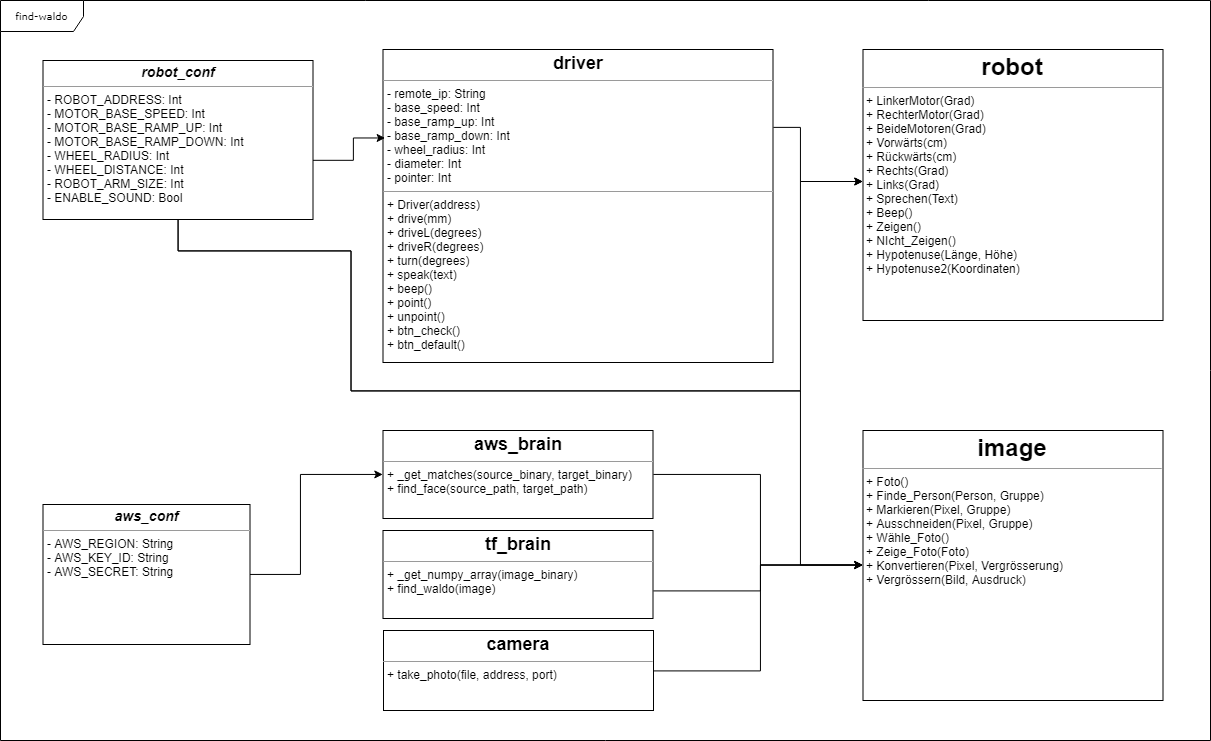
Before: docs/uml.png, a diagram exported from draw.io (clragon/find-waldo). Source tidied: cells renumbered, new cells last; positions are measured from the earlier drawing's top-left corner, leaving out a move shared by most shapes.
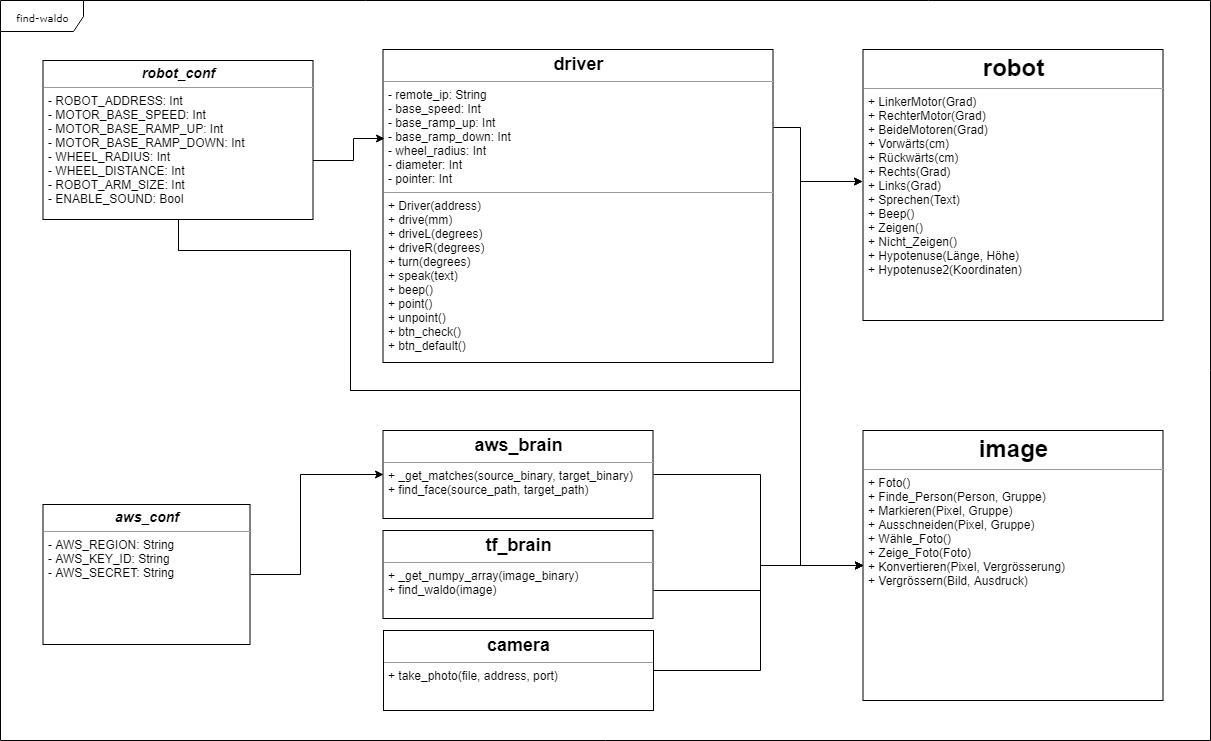
After the commit.

The edit, as a diff of the source:
```diff
@@ -98,7 +98,7 @@
     <mxCell id="17" value="&lt;h3 style=&quot;margin: 0px ; margin-top: 4px ; text-align: center&quot;&gt;&lt;i&gt;robot_conf&lt;/i&gt;&lt;/h3&gt;&lt;hr size=&quot;1&quot;&gt;&lt;p style=&quot;margin: 0px 0px 0px 4px&quot;&gt;- ROBOT_ADDRESS: Int&amp;nbsp;&lt;/p&gt;&lt;p style=&quot;margin: 0px 0px 0px 4px&quot;&gt;- MOTOR_BASE_SPEED: Int&lt;/p&gt;&lt;p style=&quot;margin: 0px 0px 0px 4px&quot;&gt;- MOTOR_BASE_RAMP_UP: Int&lt;/p&gt;&lt;p style=&quot;margin: 0px 0px 0px 4px&quot;&gt;- MOTOR_BASE_RAMP_DOWN: Int&lt;br&gt;&lt;/p&gt;&lt;p style=&quot;margin: 0px 0px 0px 4px&quot;&gt;- WHEEL_RADIUS: Int&lt;/p&gt;&lt;p style=&quot;margin: 0px 0px 0px 4px&quot;&gt;- WHEEL_DISTANCE: Int&lt;/p&gt;&lt;p style=&quot;margin: 0px 0px 0px 4px&quot;&gt;- ROBOT_ARM_SIZE: Int&lt;/p&gt;&lt;p style=&quot;margin: 0px 0px 0px 4px&quot;&gt;- ENABLE_SOUND: Bool&lt;/p&gt;" style="verticalAlign=top;align=left;overflow=fill;fontSize=12;fontFamily=Helvetica;html=1;rounded=0;shadow=0;comic=0;labelBackgroundColor=none;strokeColor=#000000;strokeWidth=1;fillColor=#ffffff;" parent="1" vertex="1">
       <mxGeometry x="42.5" y="60" width="270" height="159" as="geometry" />
     </mxCell>
-    <mxCell id="18" value="&lt;h1 style=&quot;margin: 0px ; margin-top: 4px ; text-align: center&quot;&gt;robot&lt;/h1&gt;&lt;hr size=&quot;1&quot;&gt;&lt;p style=&quot;margin: 0px ; margin-left: 4px&quot;&gt;+ LinkerMotor(Grad)&lt;/p&gt;&lt;p style=&quot;margin: 0px ; margin-left: 4px&quot;&gt;+ RechterMotor(Grad)&lt;/p&gt;&lt;p style=&quot;margin: 0px ; margin-left: 4px&quot;&gt;+ BeideMotoren(Grad)&lt;/p&gt;&lt;p style=&quot;margin: 0px ; margin-left: 4px&quot;&gt;+ Vorwärts(cm)&lt;/p&gt;&lt;p style=&quot;margin: 0px ; margin-left: 4px&quot;&gt;+ Rückwärts(cm)&lt;/p&gt;&lt;p style=&quot;margin: 0px ; margin-left: 4px&quot;&gt;+ Rechts(Grad)&lt;/p&gt;&lt;p style=&quot;margin: 0px ; margin-left: 4px&quot;&gt;+ Links(Grad)&lt;/p&gt;&lt;p style=&quot;margin: 0px ; margin-left: 4px&quot;&gt;+ Sprechen(Text)&lt;/p&gt;&lt;p style=&quot;margin: 0px ; margin-left: 4px&quot;&gt;+ Beep()&lt;/p&gt;&lt;p style=&quot;margin: 0px ; margin-left: 4px&quot;&gt;+ Zeigen()&lt;/p&gt;&lt;p style=&quot;margin: 0px ; margin-left: 4px&quot;&gt;+ NIcht_Zeigen()&lt;/p&gt;&lt;p style=&quot;margin: 0px ; margin-left: 4px&quot;&gt;+ Hypotenuse(Länge, Höhe)&lt;/p&gt;&lt;p style=&quot;margin: 0px ; margin-left: 4px&quot;&gt;+ Hypotenuse2(Koordinaten)&lt;/p&gt;&lt;p style=&quot;margin: 0px ; margin-left: 4px&quot;&gt;&lt;br&gt;&lt;/p&gt;" style="verticalAlign=top;align=left;overflow=fill;fontSize=12;fontFamily=Helvetica;html=1;rounded=0;shadow=0;comic=0;labelBackgroundColor=none;strokeColor=#000000;strokeWidth=1;fillColor=#ffffff;" parent="1" vertex="1">
+    <mxCell id="18" value="&lt;h1 style=&quot;margin: 0px ; margin-top: 4px ; text-align: center&quot;&gt;robot&lt;/h1&gt;&lt;hr size=&quot;1&quot;&gt;&lt;p style=&quot;margin: 0px ; margin-left: 4px&quot;&gt;+ LinkerMotor(Grad)&lt;/p&gt;&lt;p style=&quot;margin: 0px ; margin-left: 4px&quot;&gt;+ RechterMotor(Grad)&lt;/p&gt;&lt;p style=&quot;margin: 0px ; margin-left: 4px&quot;&gt;+ BeideMotoren(Grad)&lt;/p&gt;&lt;p style=&quot;margin: 0px ; margin-left: 4px&quot;&gt;+ Vorwärts(cm)&lt;/p&gt;&lt;p style=&quot;margin: 0px ; margin-left: 4px&quot;&gt;+ Rückwärts(cm)&lt;/p&gt;&lt;p style=&quot;margin: 0px ; margin-left: 4px&quot;&gt;+ Rechts(Grad)&lt;/p&gt;&lt;p style=&quot;margin: 0px ; margin-left: 4px&quot;&gt;+ Links(Grad)&lt;/p&gt;&lt;p style=&quot;margin: 0px ; margin-left: 4px&quot;&gt;+ Sprechen(Text)&lt;/p&gt;&lt;p style=&quot;margin: 0px ; margin-left: 4px&quot;&gt;+ Beep()&lt;/p&gt;&lt;p style=&quot;margin: 0px ; margin-left: 4px&quot;&gt;+ Zeigen()&lt;/p&gt;&lt;p style=&quot;margin: 0px ; margin-left: 4px&quot;&gt;+ Nicht_Zeigen()&lt;/p&gt;&lt;p style=&quot;margin: 0px ; margin-left: 4px&quot;&gt;+ Hypotenuse(Länge, Höhe)&lt;/p&gt;&lt;p style=&quot;margin: 0px ; margin-left: 4px&quot;&gt;+ Hypotenuse2(Koordinaten)&lt;/p&gt;&lt;p style=&quot;margin: 0px ; margin-left: 4px&quot;&gt;&lt;br&gt;&lt;/p&gt;" style="verticalAlign=top;align=left;overflow=fill;fontSize=12;fontFamily=Helvetica;html=1;rounded=0;shadow=0;comic=0;labelBackgroundColor=none;strokeColor=#000000;strokeWidth=1;fillColor=#ffffff;" parent="1" vertex="1">
       <mxGeometry x="862.5" y="49" width="300" height="271" as="geometry" />
     </mxCell>
   </root>
```
